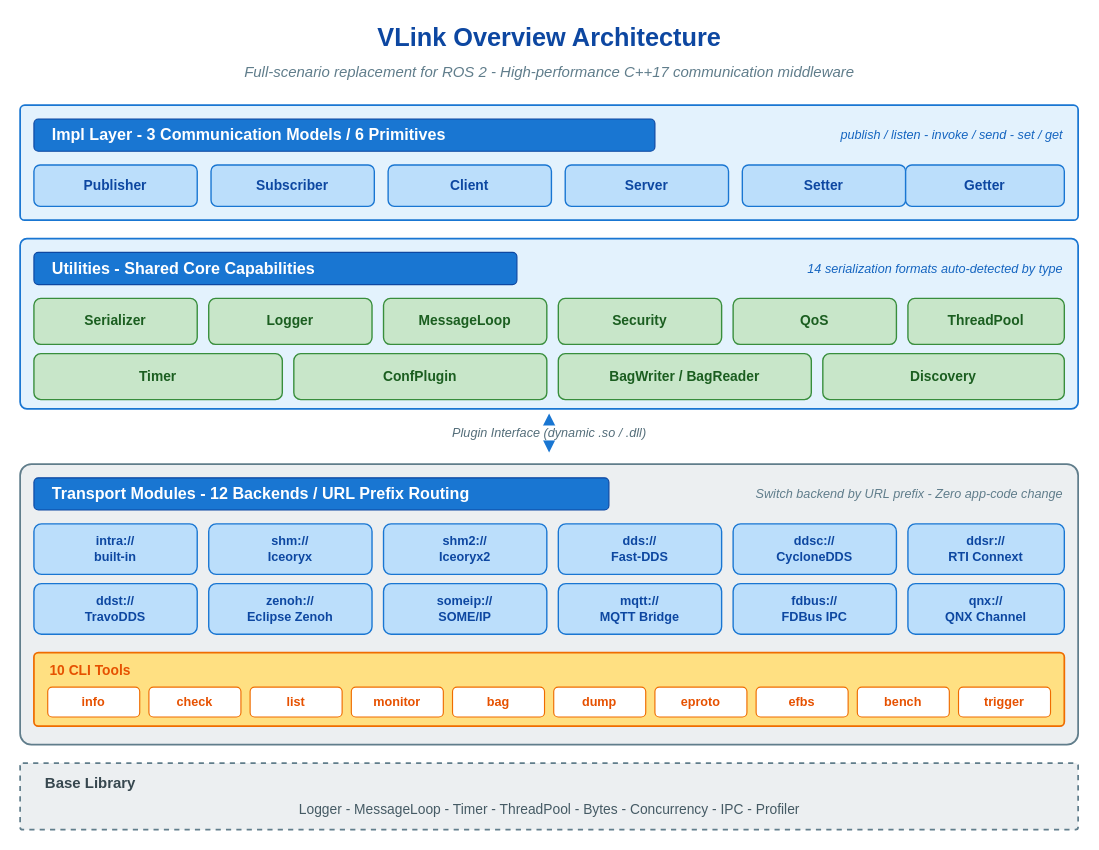
thun-res/vlink keeps this draw.io diagram as doc/images/overview-architecture.drawio. Above is the earlier version. Source tidied: cells renumbered, new cells numbered last; positions are measured from the earlier drawing's top-left corner, leaving out a move shared by most shapes. Both pictures are drawn from the tidied source at 115%, with x=0, y=0 at pixel (20, 20).
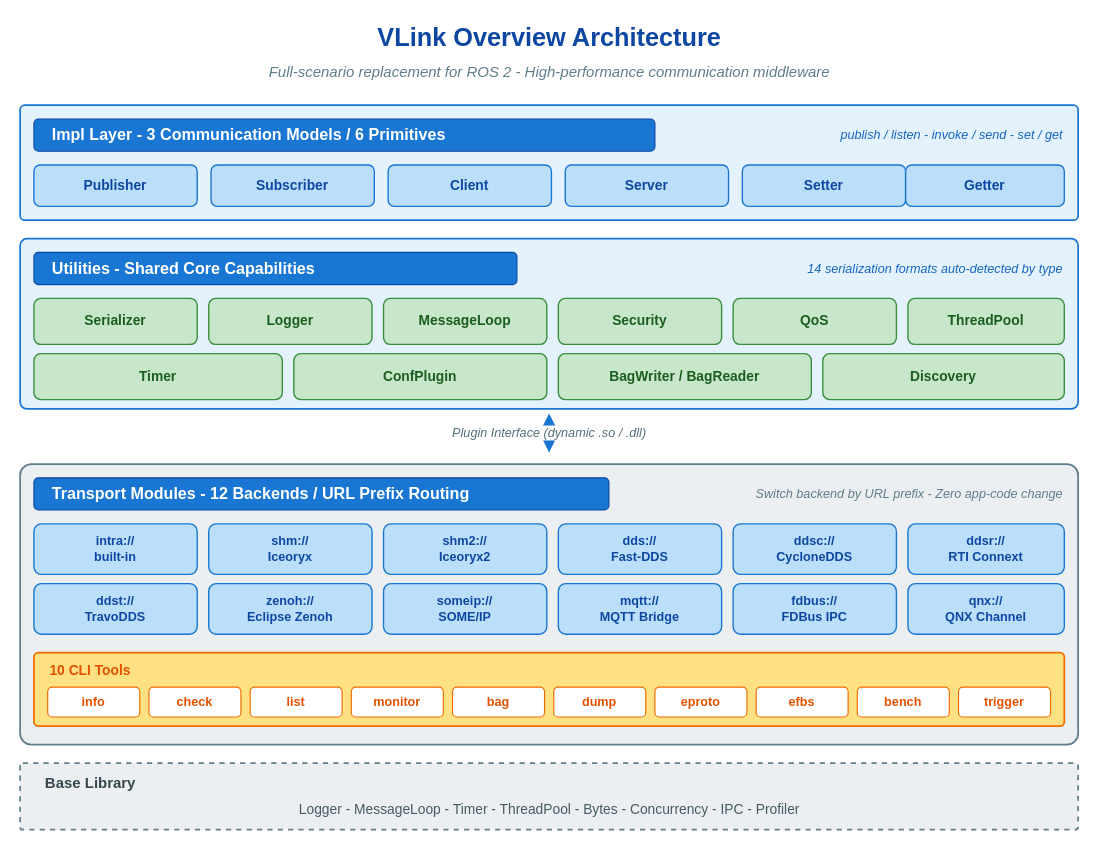
The same diagram, later.

Diff of the diagram source:
```diff
@@
-    <mxCell id="3" value="Full-scenario replacement for ROS 2  -  High-performance C++17 communication middleware" style="text;html=1;align=center;verticalAlign=middle;strokeColor=none;fillColor=none;fontFamily=Helvetica;fontSize=13;fontStyle=2;fontColor=#607d8b;" parent="1" vertex="1">
+    <mxCell id="3" value="Full-scenario replacement for ROS 2  -  High-performance communication middleware" style="text;html=1;align=center;verticalAlign=middle;strokeColor=none;fillColor=none;fontFamily=Helvetica;fontSize=13;fontStyle=2;fontColor=#607d8b;" parent="1" vertex="1">
       <mxGeometry y="34" width="920" height="22" as="geometry" />
     </mxCell>
```
